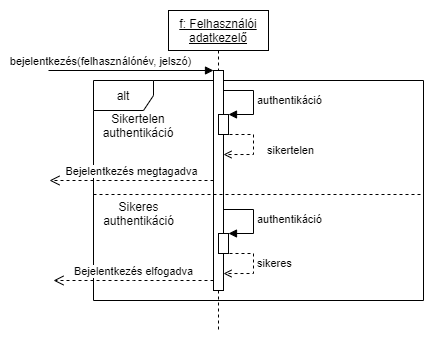
amadehegedus/cool keeps this draw.io diagram as doc/img/login_seq.drawio.png. Above is the earlier version. Source tidied: cells renumbered, new cells last; positions are measured from the earlier drawing's top-left corner, leaving out a move shared by most shapes.
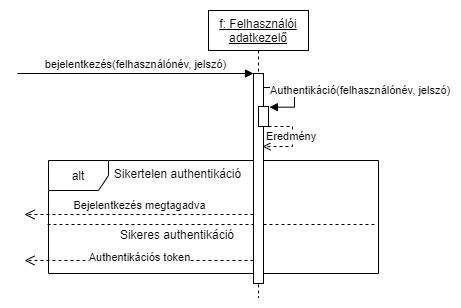
After the commit.

Diff of the diagram source:
```diff
@@ -2,92 +2,71 @@
   <root>
     <mxCell id="0" />
     <mxCell id="1" parent="0" />
+    <mxCell id="12" style="line;strokeWidth=1;fillColor=none;align=left;verticalAlign=middle;spacingTop=-1;spacingLeft=3;spacingRight=3;labelPosition=right;dashed=1;" parent="1" vertex="1">
+      <mxGeometry x="-5" y="-580" width="330" height="8" as="geometry" />
+    </mxCell>
+    <mxCell id="11" value="Authentikációs token" style="html=1;verticalAlign=bottom;endArrow=open;dashed=1;endSize=8;rounded=0;" parent="1" edge="1">
+      <mxGeometry y="6" relative="1" as="geometry">
+        <mxPoint x="201" y="-540" as="sourcePoint" />
+        <mxPoint x="-28" y="-540" as="targetPoint" />
+        <Array as="points">
+          <mxPoint x="121" y="-540" />
+          <mxPoint x="96" y="-540" />
+        </Array>
+      </mxGeometry>
+    </mxCell>
+    <mxCell id="3" value="&lt;u&gt;f: Felhasználói adatkezelő&lt;/u&gt;" style="shape=umlLifeline;perimeter=lifelinePerimeter;whiteSpace=wrap;html=1;" parent="1" vertex="1">
+      <mxGeometry x="156" y="-790" width="100" height="287" as="geometry" />
+    </mxCell>
     <mxCell id="2" value="alt" style="shape=umlFrame;whiteSpace=wrap;html=1;" parent="1" vertex="1">
-      <mxGeometry x="45" y="70" width="330" height="220" as="geometry" />
+      <mxGeometry x="-4" y="-640" width="330" height="113" as="geometry" />
     </mxCell>
-    <mxCell id="3" value="&lt;u&gt;f: Felhasználói adatkezelő&lt;/u&gt;" style="shape=umlLifeline;perimeter=lifelinePerimeter;whiteSpace=wrap;html=1;" parent="1" vertex="1">
-      <mxGeometry x="120" width="100" height="320" as="geometry" />
-    </mxCell>
-    <mxCell id="4" style="html=1;points=[];perimeter=orthogonalPerimeter;" parent="3" vertex="1">
-      <mxGeometry x="45" y="60" width="10" height="220" as="geometry" />
+    <mxCell id="4" style="html=1;points=[];perimeter=orthogonalPerimeter;" parent="1" vertex="1">
+      <mxGeometry x="201" y="-727" width="10" height="210" as="geometry" />
     </mxCell>
-    <mxCell id="5" value="bejelentkezés(felhasználónév, jelszó)" style="html=1;verticalAlign=bottom;endArrow=block;entryX=0;entryY=0;rounded=0;" parent="3" edge="1" target="4">
-      <mxGeometry x="-0.38" relative="1" as="geometry">
-        <mxPoint x="-120" y="60" as="sourcePoint" />
+    <mxCell id="5" value="bejelentkezés(felhasználónév, jelszó)" style="html=1;verticalAlign=bottom;endArrow=block;entryX=0;entryY=0;rounded=0;" parent="1" edge="1" target="4">
+      <mxGeometry x="200" y="-797" as="geometry">
+        <mxPoint x="-35" y="-727" as="sourcePoint" />
       </mxGeometry>
     </mxCell>
-    <mxCell id="6" style="html=1;points=[];perimeter=orthogonalPerimeter;" parent="3" vertex="1">
-      <mxGeometry x="50" y="104" width="10" height="20" as="geometry" />
+    <mxCell id="6" style="html=1;points=[];perimeter=orthogonalPerimeter;" parent="1" vertex="1">
+      <mxGeometry x="206" y="-694" width="10" height="20" as="geometry" />
     </mxCell>
-    <mxCell id="7" value="authentikáció" style="edgeStyle=orthogonalEdgeStyle;html=1;align=left;spacingLeft=2;endArrow=block;rounded=0;entryX=1;entryY=0;" parent="3" edge="1" target="6">
-      <mxGeometry x="0.11" relative="1" as="geometry">
-        <mxPoint x="55" y="71" as="sourcePoint" />
+    <mxCell id="7" value="Authentikáció(felhasználónév, jelszó)" style="edgeStyle=orthogonalEdgeStyle;html=1;align=left;spacingLeft=2;endArrow=block;rounded=0;entryX=0.992;entryY=0.184;entryDx=0;entryDy=0;entryPerimeter=0;" parent="1" edge="1">
+      <mxGeometry x="200" y="-797" as="geometry">
+        <mxPoint x="211" y="-726" as="sourcePoint" />
+        <mxPoint x="216.9" y="-693.3" as="targetPoint" />
         <Array as="points">
-          <mxPoint x="55" y="80" />
-          <mxPoint x="85" y="80" />
-          <mxPoint x="85" y="104" />
+          <mxPoint x="211" y="-713" />
+          <mxPoint x="242" y="-713" />
+          <mxPoint x="242" y="-693" />
         </Array>
       </mxGeometry>
     </mxCell>
-    <mxCell id="8" value="sikertelen" style="edgeStyle=orthogonalEdgeStyle;html=1;align=left;spacingLeft=2;endArrow=open;rounded=0;entryX=1;entryY=0.192;entryDx=0;entryDy=0;entryPerimeter=0;dashed=1;endFill=0;" parent="3" edge="1">
-      <mxGeometry x="0.15" y="10" relative="1" as="geometry">
-        <mxPoint x="55" y="124" as="sourcePoint" />
-        <mxPoint x="55" y="144" as="targetPoint" />
+    <mxCell id="8" value="Eredmény" style="edgeStyle=orthogonalEdgeStyle;html=1;align=left;spacingLeft=2;endArrow=open;rounded=0;entryX=1;entryY=0.192;entryDx=0;entryDy=0;entryPerimeter=0;dashed=1;endFill=0;" parent="1" edge="1">
+      <mxGeometry x="200" y="-797" as="geometry">
+        <mxPoint x="210" y="-674" as="sourcePoint" />
+        <mxPoint x="210" y="-654" as="targetPoint" />
         <Array as="points">
-          <mxPoint x="85" y="124" />
-          <mxPoint x="85" y="144" />
+          <mxPoint x="240" y="-674" />
+          <mxPoint x="240" y="-654" />
         </Array>
       </mxGeometry>
     </mxCell>
-    <mxCell id="9" style="html=1;perimeter=orthogonalPerimeter;" parent="3" vertex="1">
-      <mxGeometry x="50" y="223" width="10" height="20" as="geometry" />
-    </mxCell>
-    <mxCell id="10" value="sikeres" style="edgeStyle=orthogonalEdgeStyle;html=1;align=left;spacingLeft=2;endArrow=open;rounded=0;entryX=1;entryY=0.192;entryDx=0;entryDy=0;entryPerimeter=0;dashed=1;endFill=0;" parent="3" edge="1">
-      <mxGeometry relative="1" as="geometry">
-        <mxPoint x="55" y="243" as="sourcePoint" />
-        <mxPoint x="55" y="263" as="targetPoint" />
-        <Array as="points">
-          <mxPoint x="85" y="243" />
-          <mxPoint x="85" y="263" />
-        </Array>
-      </mxGeometry>
-    </mxCell>
-    <mxCell id="11" value="Bejelentkezés elfogadva" style="html=1;verticalAlign=bottom;endArrow=open;dashed=1;endSize=8;rounded=0;" parent="1" edge="1" source="4">
-      <mxGeometry relative="1" as="geometry">
-        <mxPoint x="5" y="270" as="targetPoint" />
-        <Array as="points">
-          <mxPoint x="85" y="270" />
-        </Array>
-      </mxGeometry>
-    </mxCell>
-    <mxCell id="12" style="line;strokeWidth=1;fillColor=none;align=left;verticalAlign=middle;spacingTop=-1;spacingLeft=3;spacingRight=3;labelPosition=right;dashed=1;" parent="1" vertex="1">
-      <mxGeometry x="45" y="180" width="330" height="8" as="geometry" />
-    </mxCell>
+    <mxCell id="14" value="Bejelentkezés megtagadva" style="html=1;verticalAlign=bottom;endArrow=open;dashed=1;endSize=8;rounded=0;" parent="1" edge="1">
+      <mxGeometry x="200" y="-797" as="geometry">
+        <mxPoint x="201" y="-586" as="sourcePoint" />
+        <mxPoint x="-28" y="-586" as="targetPoint" />
+        <Array as="points">
+          <mxPoint x="51" y="-586" />
+        </Array>
+      </mxGeometry>
+    </mxCell>
-    <mxCell id="13" value="Sikertelen&lt;br&gt;authentikáció" style="text;html=1;strokeColor=none;fillColor=none;align=center;verticalAlign=middle;whiteSpace=wrap;rounded=0;dashed=1;" parent="1" vertex="1">
-      <mxGeometry x="60" y="100" width="60" height="30" as="geometry" />
+    <mxCell id="13" value="Sikertelen authentikáció" style="text;html=1;strokeColor=none;fillColor=none;align=center;verticalAlign=middle;whiteSpace=wrap;rounded=0;dashed=1;" parent="1" vertex="1">
+      <mxGeometry x="51" y="-642" width="149" height="30" as="geometry" />
     </mxCell>
-    <mxCell id="14" value="Bejelentkezés megtagadva" style="html=1;verticalAlign=bottom;endArrow=open;dashed=1;endSize=8;rounded=0;" parent="1" edge="1">
-      <mxGeometry relative="1" as="geometry">
-        <mxPoint x="165" y="170" as="sourcePoint" />
-        <mxPoint x="1" y="170" as="targetPoint" />
-        <Array as="points">
-          <mxPoint x="15" y="170" />
-        </Array>
-      </mxGeometry>
-    </mxCell>
-    <mxCell id="15" value="authentikáció" style="edgeStyle=orthogonalEdgeStyle;html=1;align=left;spacingLeft=2;endArrow=block;rounded=0;entryX=1;entryY=0;" parent="1" edge="1">
-      <mxGeometry x="0.11" relative="1" as="geometry">
-        <mxPoint x="175" y="190" as="sourcePoint" />
-        <mxPoint x="180" y="223" as="targetPoint" />
-        <Array as="points">
-          <mxPoint x="175" y="199" />
-          <mxPoint x="205" y="199" />
-          <mxPoint x="205" y="223" />
-        </Array>
-      </mxGeometry>
-    </mxCell>
-    <mxCell id="16" value="Sikeres&lt;br&gt;authentikáció" style="text;html=1;strokeColor=none;fillColor=none;align=center;verticalAlign=middle;whiteSpace=wrap;rounded=0;dashed=1;" parent="1" vertex="1">
-      <mxGeometry x="58" y="188" width="65" height="30" as="geometry" />
+    <mxCell id="16" value="Sikeres authentikáció" style="text;html=1;strokeColor=none;fillColor=none;align=center;verticalAlign=middle;whiteSpace=wrap;rounded=0;dashed=1;" parent="1" vertex="1">
+      <mxGeometry x="43" y="-581" width="164" height="30" as="geometry" />
     </mxCell>
   </root>
 </mxGraphModel>
```
